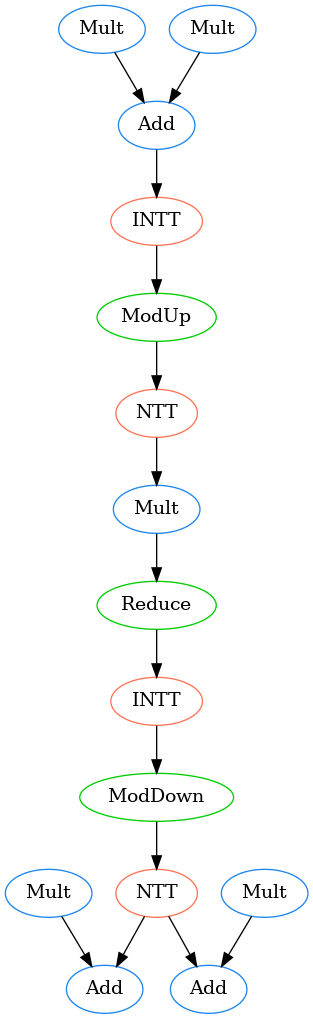
This is lib/fusion/graph.png from hal-lab-u-tokyo/PolyFHE, a Graphviz export, as it was before one commit. Its source is kept beside it as lib/fusion/graph.dot.
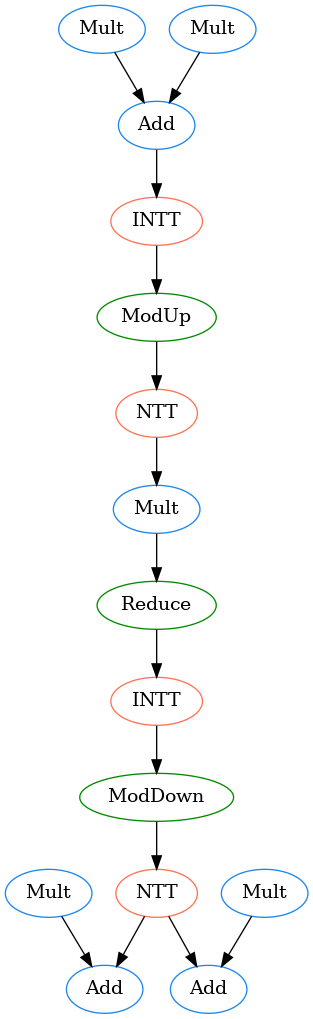
Later version of the same file.

Change to the diagram source:
```diff
@@ -5,12 +5,12 @@
 3 [color=dodgerblue2, label=Mult];
 4 [color=dodgerblue2, label=Add];
 5 [color=coral1, label=INTT];
-6 [color=green3, label=ModUp];
+6 [color=green4, label=ModUp];
 7 [color=coral1, label=NTT];
 8 [color=dodgerblue2, label=Mult];
-9 [color=green3, label=Reduce];
+9 [color=green4, label=Reduce];
 10 [color=coral1, label=INTT];
-11 [color=green3, label=ModDown];
+11 [color=green4, label=ModDown];
 12 [color=coral1, label=NTT];
 13 [color=dodgerblue2, label=Add];
 14 [color=dodgerblue2, label=Add];
```
